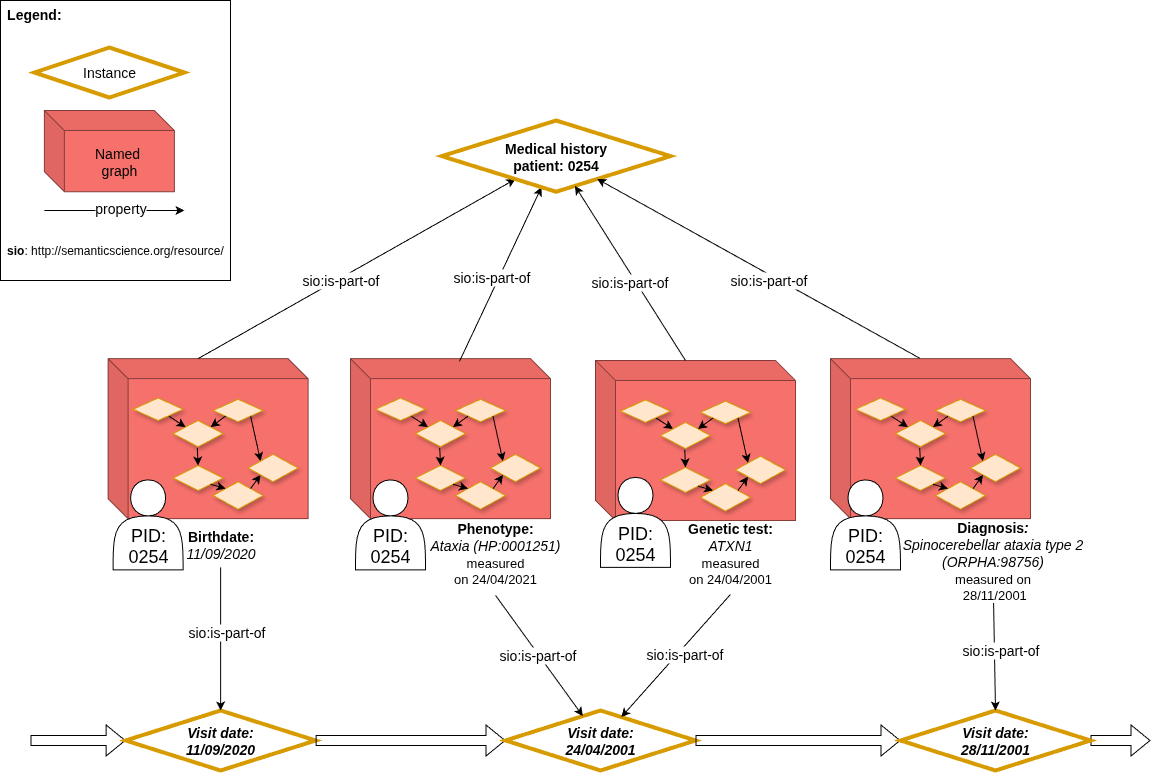
Before: images/CARE-SM-Timeline.drawio.png, a diagram exported from draw.io (CARE-SM/CARE-Semantic-Model). Source tidied: cells renumbered, new cells last; positions are measured from the earlier drawing's top-left corner, leaving out a move shared by most shapes.
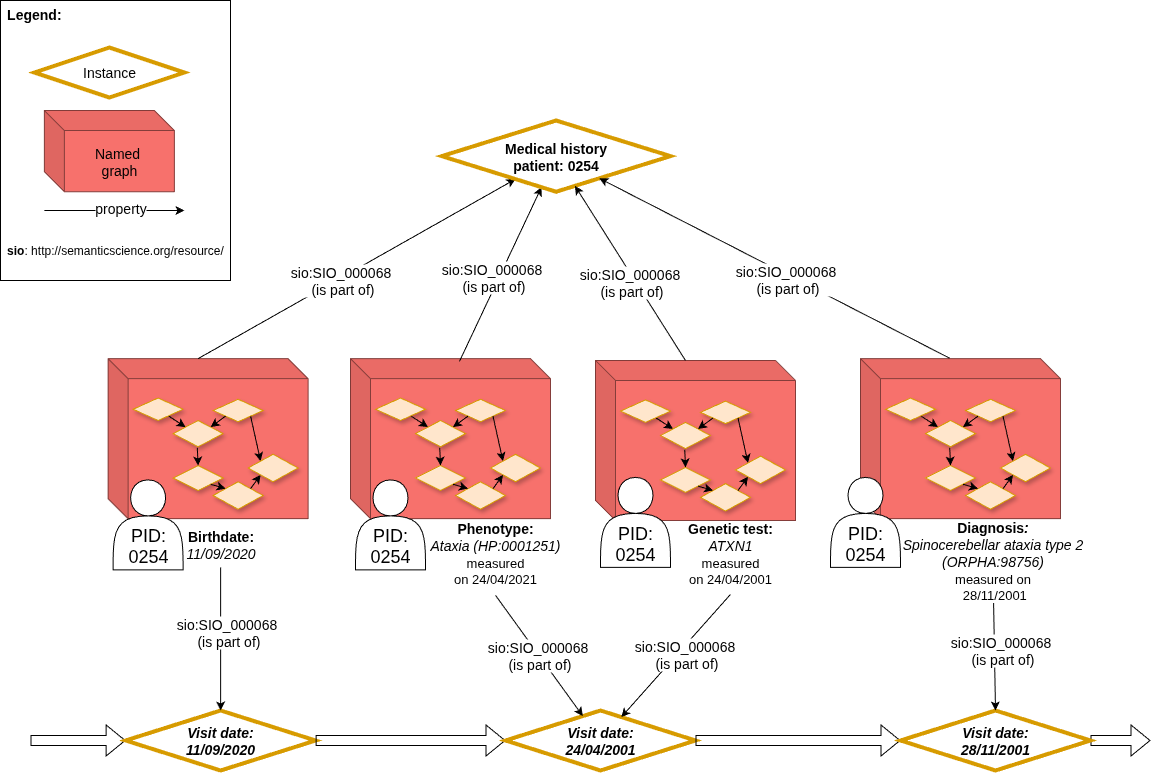
After the change.

Change to the diagram source:
```diff
@@ -131,23 +131,23 @@
     <mxCell id="44" value="&lt;div&gt;&lt;font style=&quot;font-size: 18px;&quot;&gt;&lt;br&gt;&lt;/font&gt;&lt;/div&gt;&lt;font style=&quot;font-size: 18px;&quot;&gt;&lt;div&gt;&lt;font style=&quot;font-size: 18px;&quot;&gt;&lt;br&gt;&lt;/font&gt;&lt;/div&gt;PID:&lt;/font&gt;&lt;div&gt;&lt;font style=&quot;font-size: 18px;&quot;&gt;0254&lt;/font&gt;&lt;/div&gt;" style="shape=actor;whiteSpace=wrap;html=1;" parent="1" vertex="1">
       <mxGeometry x="600" y="476.9" width="70" height="90" as="geometry" />
     </mxCell>
-    <mxCell id="45" value="sio:is-part-of" style="edgeStyle=none;rounded=0;jettySize=auto;html=1;fontSize=14;exitX=0.545;exitY=0.017;exitDx=0;exitDy=0;exitPerimeter=0;" parent="1" edge="1" source="2" target="47">
+    <mxCell id="45" value="sio:SIO_000068&lt;div&gt;&amp;nbsp;(is part of)&lt;/div&gt;" style="edgeStyle=none;rounded=0;jettySize=auto;html=1;fontSize=14;exitX=0.545;exitY=0.017;exitDx=0;exitDy=0;exitPerimeter=0;" parent="1" edge="1" source="2" target="47">
       <mxGeometry x="-0.08" y="6" relative="1" as="geometry">
         <mxPoint y="-1" as="offset" />
       </mxGeometry>
     </mxCell>
-    <mxCell id="46" value="sio:is-part-of" style="edgeStyle=none;rounded=0;jettySize=auto;html=1;fontSize=14;exitX=0;exitY=0;exitDx=89.995;exitDy=0;exitPerimeter=0;" parent="1" edge="1" source="30" target="47">
+    <mxCell id="46" value="sio:SIO_000068&lt;div&gt;&amp;nbsp;(is part of)&lt;/div&gt;" style="edgeStyle=none;rounded=0;jettySize=auto;html=1;fontSize=14;exitX=0;exitY=0;exitDx=89.995;exitDy=0;exitPerimeter=0;" parent="1" edge="1" source="30" target="47">
       <mxGeometry x="-0.11" y="-2" relative="1" as="geometry" />
     </mxCell>
     <mxCell id="47" value="&lt;b&gt;Medical history&lt;/b&gt;&lt;div&gt;&lt;b&gt;patient: 0254&lt;/b&gt;&lt;/div&gt;" style="rhombus;whiteSpace=wrap;html=1;fillColor=#FFFFFF;strokeColor=#D79B00;strokeWidth=4;fontSize=14;" parent="1" vertex="1">
       <mxGeometry x="441.2" y="120" width="228.8" height="71.2" as="geometry" />
     </mxCell>
-    <mxCell id="48" value="sio:is-part-of" style="edgeStyle=none;rounded=0;jettySize=auto;html=1;fontSize=14;exitX=0;exitY=0;exitDx=89.995;exitDy=0;exitPerimeter=0;" parent="1" edge="1" source="16" target="47">
+    <mxCell id="48" value="sio:SIO_000068&lt;div&gt;&amp;nbsp;(is part of)&lt;/div&gt;" style="edgeStyle=none;rounded=0;jettySize=auto;html=1;fontSize=14;exitX=0;exitY=0;exitDx=89.995;exitDy=0;exitPerimeter=0;" parent="1" edge="1" source="16" target="47">
       <mxGeometry x="-0.08" y="6" relative="1" as="geometry">
         <mxPoint y="-1" as="offset" />
       </mxGeometry>
     </mxCell>
-    <mxCell id="49" value="sio:is-part-of" style="edgeStyle=none;rounded=0;jettySize=auto;html=1;fontSize=14;exitX=0;exitY=0;exitDx=89.995;exitDy=0;exitPerimeter=0;" parent="1" edge="1" source="63" target="47">
+    <mxCell id="49" value="sio:SIO_000068&lt;div&gt;&amp;nbsp;(is part of)&lt;/div&gt;" style="edgeStyle=none;rounded=0;jettySize=auto;html=1;fontSize=14;exitX=0;exitY=0;exitDx=89.995;exitDy=0;exitPerimeter=0;" parent="1" edge="1" source="63" target="47">
       <mxGeometry x="-0.08" y="6" relative="1" as="geometry">
         <mxPoint y="-1" as="offset" />
       </mxGeometry>
@@ -183,44 +183,44 @@
     <mxCell id="58" value="&lt;div&gt;&lt;i&gt;&lt;b&gt;Visit date:&lt;/b&gt;&lt;/i&gt;&lt;/div&gt;&lt;div&gt;&lt;i&gt;&lt;b&gt;28/11/2001&lt;/b&gt;&lt;/i&gt;&lt;/div&gt;" style="rhombus;whiteSpace=wrap;html=1;fillColor=#FFFFFF;strokeColor=#D79B00;perimeter=rhombusPerimeter;arcSize=20;comic=0;enumerate=0;strokeWidth=4;rounded=0;fontSize=14;" parent="1" vertex="1">
       <mxGeometry x="900" y="710" width="190" height="60" as="geometry" />
     </mxCell>
-    <mxCell id="59" value="sio:is-part-of" style="edgeStyle=none;rounded=0;jettySize=auto;html=1;fontSize=14;exitX=0.5;exitY=1;exitDx=0;exitDy=0;" parent="1" edge="1" source="15" target="56">
+    <mxCell id="59" value="sio:SIO_000068&lt;div&gt;&amp;nbsp;(is part of)&lt;/div&gt;" style="edgeStyle=none;rounded=0;jettySize=auto;html=1;fontSize=14;exitX=0.5;exitY=1;exitDx=0;exitDy=0;" parent="1" edge="1" source="15" target="56">
       <mxGeometry x="-0.02" y="-1" relative="1" as="geometry" />
     </mxCell>
-    <mxCell id="60" value="sio:is-part-of" style="edgeStyle=none;rounded=0;jettySize=auto;html=1;fontSize=14;exitX=0.5;exitY=1;exitDx=0;exitDy=0;" parent="1" edge="1" source="50" target="56">
+    <mxCell id="60" value="sio:SIO_000068&lt;div&gt;&amp;nbsp;(is part of)&lt;/div&gt;" style="edgeStyle=none;rounded=0;jettySize=auto;html=1;fontSize=14;exitX=0.5;exitY=1;exitDx=0;exitDy=0;" parent="1" edge="1" source="50" target="56">
       <mxGeometry x="-0.08" y="6" relative="1" as="geometry">
         <mxPoint y="-1" as="offset" />
       </mxGeometry>
     </mxCell>
-    <mxCell id="61" value="sio:is-part-of" style="edgeStyle=none;rounded=0;jettySize=auto;html=1;entryX=0.5;entryY=0;entryDx=0;entryDy=0;fontSize=14;" parent="1" edge="1" source="29" target="58">
+    <mxCell id="61" value="sio:SIO_000068&lt;div&gt;&amp;nbsp;(is part of)&lt;/div&gt;" style="edgeStyle=none;rounded=0;jettySize=auto;html=1;entryX=0.5;entryY=0;entryDx=0;entryDy=0;fontSize=14;" parent="1" edge="1" source="29" target="58">
       <mxGeometry x="-0.08" y="6" relative="1" as="geometry">
         <mxPoint y="-1" as="offset" />
       </mxGeometry>
     </mxCell>
-    <mxCell id="62" value="sio:is-part-of" style="edgeStyle=none;rounded=0;jettySize=auto;html=1;entryX=0.5;entryY=0;entryDx=0;entryDy=0;fontSize=14;exitX=0.5;exitY=1;exitDx=0;exitDy=0;" parent="1" edge="1" source="52" target="54">
+    <mxCell id="62" value="sio:SIO_000068&lt;div&gt;&amp;nbsp;(is part of)&lt;/div&gt;" style="edgeStyle=none;rounded=0;jettySize=auto;html=1;entryX=0.5;entryY=0;entryDx=0;entryDy=0;fontSize=14;exitX=0.5;exitY=1;exitDx=0;exitDy=0;" parent="1" edge="1" source="52" target="54">
       <mxGeometry x="-0.08" y="6" relative="1" as="geometry">
         <mxPoint y="-1" as="offset" />
       </mxGeometry>
     </mxCell>
     <mxCell id="63" style="shape=cube;whiteSpace=wrap;html=1;boundedLbl=1;backgroundOutline=1;darkOpacity=0.05;darkOpacity2=0.1;fillColor=#F7716C;strokeColor=#853D3A;fontSize=14;" parent="1" vertex="1">
-      <mxGeometry x="830" y="358.1" width="200" height="160" as="geometry" />
+      <mxGeometry x="860" y="358.1" width="200" height="160" as="geometry" />
     </mxCell>
     <mxCell id="64" style="rounded=0;jettySize=auto;html=1;entryX=0;entryY=0;entryDx=0;entryDy=0;backgroundOutline=0;fontSize=14;" parent="1" edge="1" source="65" target="67">
       <mxGeometry relative="1" as="geometry" />
     </mxCell>
     <mxCell id="65" style="rhombus;whiteSpace=wrap;html=1;fillColor=#ffe6cc;strokeColor=#d79b00;backgroundOutline=0;shadow=1;fontSize=14;" parent="1" vertex="1">
-      <mxGeometry x="855" y="397.5" width="50" height="22.5" as="geometry" />
+      <mxGeometry x="885" y="397.5" width="50" height="22.5" as="geometry" />
     </mxCell>
     <mxCell id="66" style="rhombus;whiteSpace=wrap;html=1;fillColor=#ffe6cc;strokeColor=#d79b00;backgroundOutline=0;shadow=1;fontSize=14;" parent="1" vertex="1">
-      <mxGeometry x="935" y="398.8" width="50" height="22.5" as="geometry" />
+      <mxGeometry x="965" y="398.8" width="50" height="22.5" as="geometry" />
     </mxCell>
     <mxCell id="67" style="rhombus;whiteSpace=wrap;html=1;fillColor=#ffe6cc;strokeColor=#d79b00;backgroundOutline=0;shadow=1;fontSize=14;" parent="1" vertex="1">
-      <mxGeometry x="895" y="420" width="50" height="26.2" as="geometry" />
+      <mxGeometry x="925" y="420" width="50" height="26.2" as="geometry" />
     </mxCell>
     <mxCell id="68" style="rhombus;whiteSpace=wrap;html=1;fillColor=#ffe6cc;strokeColor=#d79b00;backgroundOutline=0;shadow=1;fontSize=14;" parent="1" vertex="1">
-      <mxGeometry x="895" y="465" width="50" height="25" as="geometry" />
+      <mxGeometry x="925" y="465" width="50" height="25" as="geometry" />
     </mxCell>
     <mxCell id="69" style="rhombus;whiteSpace=wrap;html=1;fillColor=#ffe6cc;strokeColor=#d79b00;backgroundOutline=0;shadow=1;fontSize=14;" parent="1" vertex="1">
-      <mxGeometry x="935" y="481.3" width="50" height="27.5" as="geometry" />
+      <mxGeometry x="965" y="481.3" width="50" height="27.5" as="geometry" />
     </mxCell>
     <mxCell id="70" style="rounded=0;jettySize=auto;html=1;entryX=1;entryY=0;entryDx=0;entryDy=0;exitX=0;exitY=1;exitDx=0;exitDy=0;backgroundOutline=0;fontSize=14;" parent="1" edge="1" source="66" target="67">
       <mxGeometry relative="1" as="geometry" />
@@ -238,13 +238,13 @@
       <mxGeometry relative="1" as="geometry" />
     </mxCell>
     <mxCell id="75" style="rhombus;whiteSpace=wrap;html=1;fillColor=#ffe6cc;strokeColor=#d79b00;backgroundOutline=0;shadow=1;fontSize=14;" parent="1" vertex="1">
-      <mxGeometry x="970" y="453.8" width="50" height="27.5" as="geometry" />
+      <mxGeometry x="1000" y="453.8" width="50" height="27.5" as="geometry" />
     </mxCell>
     <mxCell id="76" value="&lt;div&gt;&lt;font style=&quot;font-size: 18px;&quot;&gt;&lt;br&gt;&lt;/font&gt;&lt;/div&gt;&lt;font style=&quot;font-size: 18px;&quot;&gt;&lt;div&gt;&lt;font style=&quot;font-size: 18px;&quot;&gt;&lt;br&gt;&lt;/font&gt;&lt;/div&gt;PID:&lt;/font&gt;&lt;div&gt;&lt;font style=&quot;font-size: 18px;&quot;&gt;0254&lt;/font&gt;&lt;/div&gt;" style="shape=actor;whiteSpace=wrap;html=1;" parent="1" vertex="1">
       <mxGeometry x="112.6" y="479.4" width="70" height="90" as="geometry" />
     </mxCell>
     <mxCell id="77" value="&lt;div&gt;&lt;font style=&quot;font-size: 18px;&quot;&gt;&lt;br&gt;&lt;/font&gt;&lt;/div&gt;&lt;font style=&quot;font-size: 18px;&quot;&gt;&lt;div&gt;&lt;font style=&quot;font-size: 18px;&quot;&gt;&lt;br&gt;&lt;/font&gt;&lt;/div&gt;PID:&lt;/font&gt;&lt;div&gt;&lt;font style=&quot;font-size: 18px;&quot;&gt;0254&lt;/font&gt;&lt;/div&gt;" style="shape=actor;whiteSpace=wrap;html=1;" parent="1" vertex="1">
-      <mxGeometry x="830" y="479.4" width="70" height="90" as="geometry" />
+      <mxGeometry x="830" y="476.9" width="70" height="90" as="geometry" />
     </mxCell>
     <mxCell id="78" value="&lt;div style=&quot;text-align: left; font-size: 14px;&quot;&gt;&lt;div&gt;&lt;b style=&quot;background-color: initial; color: light-dark(rgb(0, 0, 0), rgb(255, 255, 255));&quot;&gt;Legend:&lt;/b&gt;&lt;/div&gt;&lt;div&gt;&lt;br&gt;&lt;/div&gt;&lt;div&gt;&lt;span style=&quot;background-color: initial;&quot;&gt;&lt;br&gt;&lt;/span&gt;&lt;/div&gt;&lt;div&gt;&lt;br&gt;&lt;/div&gt;&lt;div&gt;&lt;br&gt;&lt;/div&gt;&lt;div&gt;&lt;br&gt;&lt;/div&gt;&lt;div&gt;&lt;br&gt;&lt;/div&gt;&lt;div&gt;&lt;br&gt;&lt;/div&gt;&lt;div&gt;&lt;span style=&quot;background-color: initial;&quot;&gt;&lt;br&gt;&lt;/span&gt;&lt;/div&gt;&lt;div&gt;&lt;span style=&quot;background-color: initial;&quot;&gt;&lt;br&gt;&lt;/span&gt;&lt;/div&gt;&lt;div&gt;&lt;span style=&quot;background-color: initial;&quot;&gt;&lt;br&gt;&lt;/span&gt;&lt;/div&gt;&lt;div&gt;&lt;span style=&quot;background-color: initial;&quot;&gt;&lt;br&gt;&lt;/span&gt;&lt;/div&gt;&lt;div&gt;&lt;span style=&quot;background-color: initial;&quot;&gt;&lt;br&gt;&lt;/span&gt;&lt;/div&gt;&lt;div&gt;&lt;span style=&quot;background-color: initial;&quot;&gt;&lt;br&gt;&lt;/span&gt;&lt;/div&gt;&lt;div&gt;&lt;b style=&quot;background-color: transparent; color: light-dark(rgb(0, 0, 0), rgb(255, 255, 255)); font-size: 12px; text-align: center;&quot;&gt;sio&lt;/b&gt;&lt;span style=&quot;background-color: transparent; color: light-dark(rgb(0, 0, 0), rgb(255, 255, 255)); font-size: 12px; text-align: center;&quot;&gt;: http://semanticscience.org/resource/&lt;/span&gt;&lt;/div&gt;&lt;div&gt;&lt;br&gt;&lt;/div&gt;&lt;/div&gt;" style="rounded=0;whiteSpace=wrap;html=1;fontSize=14;" parent="1" vertex="1">
       <mxGeometry width="230" height="280" as="geometry" />
```
